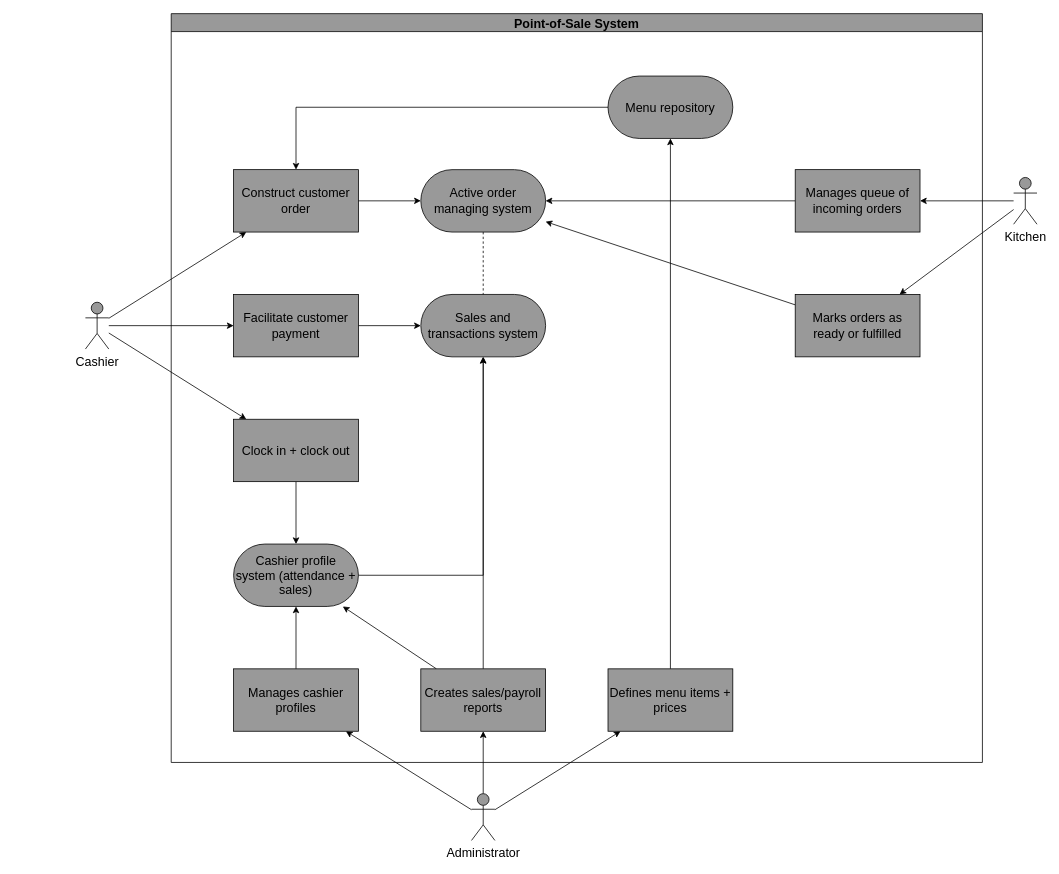
The draw.io diagram page "use-case" (1 of 3) of Documentation/pos-diagrams.drawio in eric-hall/CSC340-GroupProject, before the edit. Source tidied: cells renumbered, new cells numbered last; positions are measured from the earlier drawing's top-left corner, leaving out a move shared by most shapes. Both pictures are drawn from the tidied source at 78%, with x=0, y=0 at pixel (85, 13).
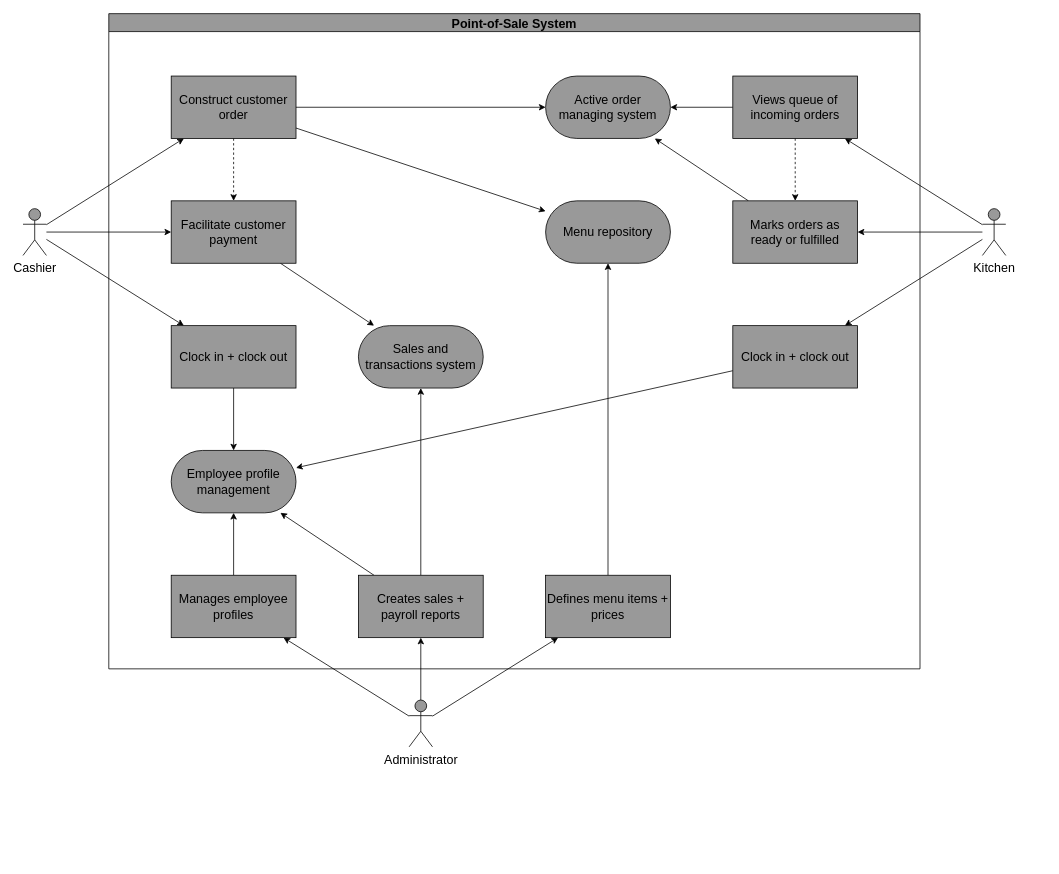
After the change.

Change to the diagram source:
```diff
@@
     <mxCell id="5" value="Cashier" style="shape=umlActor;verticalLabelPosition=bottom;verticalAlign=top;html=1;fontSize=16;fillColor=#999999;" parent="1" vertex="1">
-      <mxGeometry y="370" width="30" height="60" as="geometry" />
+      <mxGeometry x="-80" y="250" width="30" height="60" as="geometry" />
     </mxCell>
@@
     <mxCell id="9" value="Administrator" style="shape=umlActor;verticalLabelPosition=bottom;verticalAlign=top;html=1;fontSize=16;fillColor=#999999;" parent="1" vertex="1">
-      <mxGeometry x="495" y="1000" width="30" height="60" as="geometry" />
+      <mxGeometry x="415" y="880" width="30" height="60" as="geometry" />
     </mxCell>
@@
+    <mxCell id="38" style="edgeStyle=none;rounded=0;jettySize=auto;html=1;endArrow=classic;endFill=1;" parent="1" edge="1" source="12" target="47">
+      <mxGeometry relative="1" as="geometry" />
+    </mxCell>
     <mxCell id="12" value="Kitchen" style="shape=umlActor;verticalLabelPosition=bottom;verticalAlign=top;html=1;fontSize=16;fillColor=#999999;" parent="1" vertex="1">
-      <mxGeometry x="1190" y="210" width="30" height="60" as="geometry" />
+      <mxGeometry x="1150" y="250" width="30" height="60" as="geometry" />
     </mxCell>
     <mxCell id="13" value="Point-of-Sale System" style="swimlane;fontSize=16;fillColor=#999999;" parent="1" vertex="1">
-      <mxGeometry x="110" width="1040" height="960" as="geometry" />
+      <mxGeometry x="30" width="1040" height="840" as="geometry" />
     </mxCell>
@@
+    <mxCell id="39" style="edgeStyle=none;rounded=0;jettySize=auto;html=1;dashed=1;endArrow=classic;endFill=1;" parent="13" edge="1" source="15" target="17">
+      <mxGeometry relative="1" as="geometry" />
+    </mxCell>
+    <mxCell id="40" style="edgeStyle=none;rounded=0;jettySize=auto;html=1;endArrow=classic;endFill=1;" parent="13" edge="1" source="15" target="33">
+      <mxGeometry relative="1" as="geometry" />
+    </mxCell>
     <mxCell id="15" value="Construct customer order" style="rounded=1;whiteSpace=wrap;html=1;fontSize=16;fillColor=#999999;arcSize=0;" parent="13" vertex="1">
-      <mxGeometry x="80" y="200" width="160" height="80" as="geometry" />
+      <mxGeometry x="80" y="80" width="160" height="80" as="geometry" />
     </mxCell>
@@
     <mxCell id="17" value="Facilitate customer payment" style="rounded=1;whiteSpace=wrap;html=1;fontSize=16;fillColor=#999999;arcSize=0;" parent="13" vertex="1">
-      <mxGeometry x="80" y="360" width="160" height="80" as="geometry" />
+      <mxGeometry x="80" y="240" width="160" height="80" as="geometry" />
     </mxCell>
     <mxCell id="18" value="Sales and transactions system" style="rounded=1;whiteSpace=wrap;html=1;fontSize=16;fillColor=#999999;arcSize=50;" parent="13" vertex="1">
-      <mxGeometry x="320" y="360" width="160" height="80" as="geometry" />
+      <mxGeometry x="320" y="400" width="160" height="80" as="geometry" />
     </mxCell>
-    <mxCell id="19" style="edgeStyle=none;rounded=0;jettySize=auto;html=1;fontSize=16;endArrow=classic;endFill=1;" parent="13" edge="1" source="20" target="35">
-      <mxGeometry relative="1" as="geometry" />
-    </mxCell>
+    <mxCell id="41" style="edgeStyle=none;rounded=0;jettySize=auto;html=1;endArrow=classic;endFill=1;" parent="13" edge="1" source="20" target="45">
+      <mxGeometry relative="1" as="geometry" />
+    </mxCell>
     <mxCell id="20" value="Clock in + clock out" style="rounded=1;whiteSpace=wrap;html=1;fontSize=16;fillColor=#999999;arcSize=0;" parent="13" vertex="1">
-      <mxGeometry x="80" y="520" width="160" height="80" as="geometry" />
+      <mxGeometry x="80" y="400" width="160" height="80" as="geometry" />
     </mxCell>
-    <mxCell id="21" style="edgeStyle=orthogonalEdgeStyle;rounded=0;jettySize=auto;html=1;dashed=1;endArrow=none;endFill=0;" parent="13" edge="1" source="22" target="18">
-      <mxGeometry relative="1" as="geometry" />
-    </mxCell>
     <mxCell id="22" value="Active order managing system" style="rounded=1;whiteSpace=wrap;html=1;fontSize=16;fillColor=#999999;arcSize=50;" parent="13" vertex="1">
-      <mxGeometry x="320" y="200" width="160" height="80" as="geometry" />
+      <mxGeometry x="560" y="80" width="160" height="80" as="geometry" />
     </mxCell>
@@
+    <mxCell id="42" style="edgeStyle=none;rounded=0;jettySize=auto;html=1;endArrow=classic;endFill=1;dashed=1;" parent="13" edge="1" source="24" target="26">
+      <mxGeometry relative="1" as="geometry" />
+    </mxCell>
-    <mxCell id="24" value="Manages queue of incoming orders" style="rounded=1;whiteSpace=wrap;html=1;fontSize=16;fillColor=#999999;arcSize=0;" parent="13" vertex="1">
-      <mxGeometry x="800" y="200" width="160" height="80" as="geometry" />
+    <mxCell id="24" value="Views queue of incoming orders" style="rounded=1;whiteSpace=wrap;html=1;fontSize=16;fillColor=#999999;arcSize=0;" parent="13" vertex="1">
+      <mxGeometry x="800" y="80" width="160" height="80" as="geometry" />
     </mxCell>
@@
     <mxCell id="26" value="Marks orders as ready or fulfilled" style="rounded=1;whiteSpace=wrap;html=1;fontSize=16;fillColor=#999999;arcSize=0;" parent="13" vertex="1">
-      <mxGeometry x="800" y="360" width="160" height="80" as="geometry" />
+      <mxGeometry x="800" y="240" width="160" height="80" as="geometry" />
     </mxCell>
-    <mxCell id="27" style="edgeStyle=none;rounded=0;jettySize=auto;html=1;fontSize=16;endArrow=classic;endFill=1;" parent="13" edge="1" source="29" target="35">
-      <mxGeometry relative="1" as="geometry" />
-    </mxCell>
@@
+    <mxCell id="43" style="edgeStyle=none;rounded=0;jettySize=auto;html=1;endArrow=classic;endFill=1;" parent="13" edge="1" source="29" target="45">
+      <mxGeometry relative="1" as="geometry" />
+    </mxCell>
-    <mxCell id="29" value="Creates sales/payroll reports" style="rounded=1;whiteSpace=wrap;html=1;fontSize=16;fillColor=#999999;arcSize=0;" parent="13" vertex="1">
-      <mxGeometry x="320" y="840" width="160" height="80" as="geometry" />
+    <mxCell id="29" value="Creates sales + payroll reports" style="rounded=1;whiteSpace=wrap;html=1;fontSize=16;fillColor=#999999;arcSize=0;" parent="13" vertex="1">
+      <mxGeometry x="320" y="720" width="160" height="80" as="geometry" />
     </mxCell>
@@
     <mxCell id="31" value="Defines menu items + prices" style="rounded=1;whiteSpace=wrap;html=1;fontSize=16;fillColor=#999999;arcSize=0;" parent="13" vertex="1">
-      <mxGeometry x="560" y="840" width="160" height="80" as="geometry" />
+      <mxGeometry x="560" y="720" width="160" height="80" as="geometry" />
     </mxCell>
-    <mxCell id="32" style="edgeStyle=orthogonalEdgeStyle;rounded=0;jettySize=auto;html=1;endArrow=classic;endFill=1;" parent="13" edge="1" source="33" target="15">
-      <mxGeometry relative="1" as="geometry" />
-    </mxCell>
     <mxCell id="33" value="Menu repository" style="rounded=1;whiteSpace=wrap;html=1;fontSize=16;fillColor=#999999;arcSize=50;" parent="13" vertex="1">
-      <mxGeometry x="560" y="80" width="160" height="80" as="geometry" />
+      <mxGeometry x="560" y="240" width="160" height="80" as="geometry" />
     </mxCell>
-    <mxCell id="34" style="edgeStyle=orthogonalEdgeStyle;rounded=0;jettySize=auto;html=1;endArrow=classic;endFill=1;" parent="13" edge="1" source="35" target="18">
-      <mxGeometry relative="1" as="geometry" />
-    </mxCell>
-    <mxCell id="35" value="Cashier profile system (attendance + sales)" style="rounded=1;whiteSpace=wrap;html=1;fontSize=16;fillColor=#999999;arcSize=50;" parent="13" vertex="1">
-      <mxGeometry x="80" y="680" width="160" height="80" as="geometry" />
-    </mxCell>
-    <mxCell id="36" style="edgeStyle=orthogonalEdgeStyle;rounded=0;jettySize=auto;html=1;endArrow=classic;endFill=1;" parent="13" edge="1" source="37" target="35">
-      <mxGeometry relative="1" as="geometry" />
-    </mxCell>
+    <mxCell id="44" style="edgeStyle=none;rounded=0;jettySize=auto;html=1;endArrow=classic;endFill=1;" parent="13" edge="1" source="37" target="45">
+      <mxGeometry relative="1" as="geometry" />
+    </mxCell>
-    <mxCell id="37" value="Manages cashier profiles" style="rounded=1;whiteSpace=wrap;html=1;fontSize=16;fillColor=#999999;arcSize=0;" parent="13" vertex="1">
-      <mxGeometry x="80" y="840" width="160" height="80" as="geometry" />
+    <mxCell id="37" value="Manages employee profiles" style="rounded=1;whiteSpace=wrap;html=1;fontSize=16;fillColor=#999999;arcSize=0;" parent="13" vertex="1">
+      <mxGeometry x="80" y="720" width="160" height="80" as="geometry" />
     </mxCell>
+    <mxCell id="45" value="Employee profile management" style="rounded=1;whiteSpace=wrap;html=1;fontSize=16;fillColor=#999999;arcSize=50;" parent="13" vertex="1">
+      <mxGeometry x="80" y="560" width="160" height="80" as="geometry" />
+    </mxCell>
+    <mxCell id="46" style="edgeStyle=none;rounded=0;jettySize=auto;html=1;endArrow=classic;endFill=1;" parent="13" edge="1" source="47" target="45">
+      <mxGeometry relative="1" as="geometry" />
+    </mxCell>
+    <mxCell id="47" value="Clock in + clock out" style="rounded=1;whiteSpace=wrap;html=1;fontSize=16;fillColor=#999999;arcSize=0;" parent="13" vertex="1">
+      <mxGeometry x="800" y="400" width="160" height="80" as="geometry" />
+    </mxCell>
```
